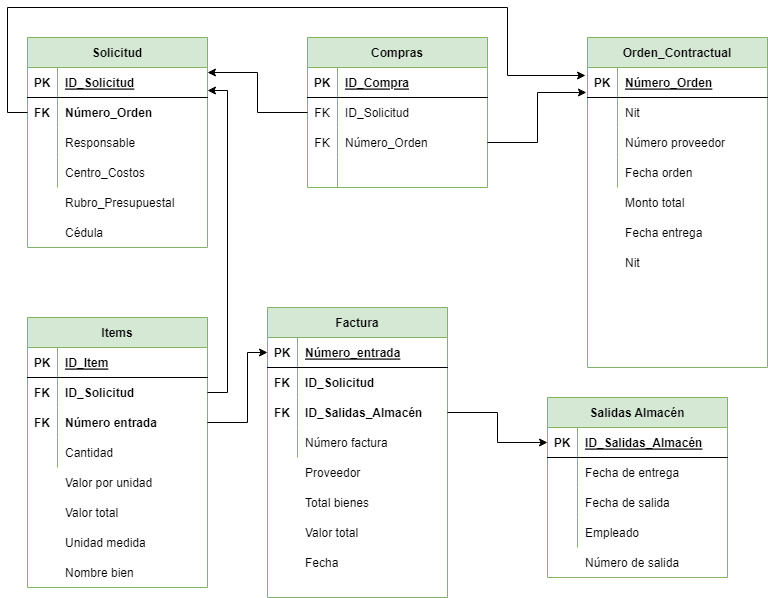
Above: TAREAS/Tarea11/IMG/MR13.drawio.png in samugd17/base-datos-bae- (draw.io), before the change. Source tidied: cells renumbered, new cells last; positions are measured from the earlier drawing's top-left corner, leaving out a move shared by most shapes.
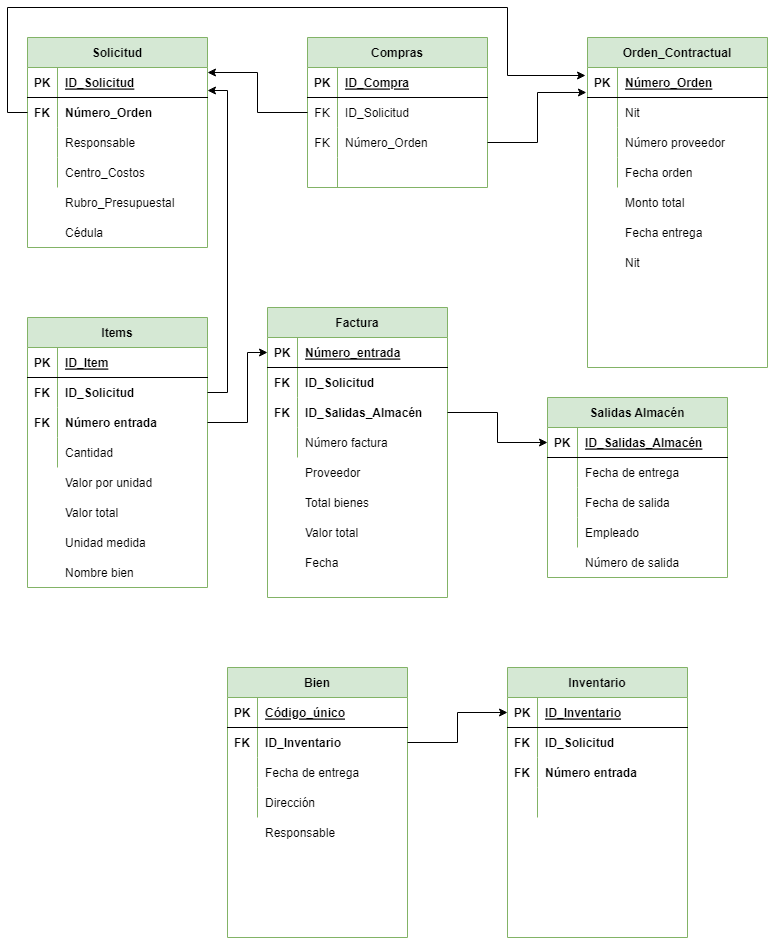
The same diagram one commit later.

What changed in the source:
```diff
@@ -353,5 +353,89 @@
     <mxCell id="114" value="Número de salida" style="shape=partialRectangle;fillColor=none;top=0;left=0;bottom=0;right=0;align=left;spacingLeft=6;overflow=hidden;" parent="1" vertex="1">
       <mxGeometry x="570" y="540" width="150" height="30" as="geometry" />
     </mxCell>
+    <mxCell id="115" value="Bien" style="shape=table;startSize=30;rowLines=0;fontStyle=1;align=center;fillColor=#d5e8d4;strokeColor=#82b366;" parent="1" vertex="1">
+      <mxGeometry x="220" y="660" width="180" height="270" as="geometry" />
+    </mxCell>
+    <mxCell id="116" style="shape=tableRow;horizontal=0;startSize=0;swimlaneHead=0;swimlaneBody=0;fillColor=none;top=0;left=0;right=0;bottom=1;" parent="115" vertex="1">
+      <mxGeometry y="30" width="180" height="30" as="geometry" />
+    </mxCell>
+    <mxCell id="117" value="PK" style="shape=partialRectangle;fillColor=none;top=0;left=0;bottom=0;right=0;fontStyle=1;overflow=hidden;" parent="116" vertex="1">
+      <mxGeometry width="30" height="30" as="geometry" />
+    </mxCell>
+    <mxCell id="118" value="Código_único" style="shape=partialRectangle;fillColor=none;top=0;left=0;bottom=0;right=0;align=left;spacingLeft=6;fontStyle=5;overflow=hidden;" parent="116" vertex="1">
+      <mxGeometry x="30" width="150" height="30" as="geometry" />
+    </mxCell>
+    <mxCell id="119" style="shape=tableRow;horizontal=0;startSize=0;swimlaneHead=0;swimlaneBody=0;fillColor=none;points=[[0,0.5],[1,0.5]];portConstraint=eastwest;top=0;left=0;right=0;bottom=0;" parent="115" vertex="1">
+      <mxGeometry y="60" width="180" height="30" as="geometry" />
+    </mxCell>
+    <mxCell id="120" value="FK" style="shape=partialRectangle;fillColor=none;top=0;left=0;bottom=0;right=0;overflow=hidden;fontStyle=1;" parent="119" vertex="1">
+      <mxGeometry width="30" height="30" as="geometry" />
+    </mxCell>
+    <mxCell id="121" value="ID_Inventario" style="shape=partialRectangle;fillColor=none;top=0;left=0;bottom=0;right=0;align=left;spacingLeft=6;overflow=hidden;fontStyle=1;" parent="119" vertex="1">
+      <mxGeometry x="30" width="150" height="30" as="geometry" />
+    </mxCell>
+    <mxCell id="122" style="shape=tableRow;horizontal=0;startSize=0;swimlaneHead=0;swimlaneBody=0;fillColor=none;top=0;left=0;right=0;bottom=0;" parent="115" vertex="1">
+      <mxGeometry y="90" width="180" height="30" as="geometry" />
+    </mxCell>
+    <mxCell id="123" style="shape=partialRectangle;fillColor=none;top=0;left=0;bottom=0;right=0;overflow=hidden;fontStyle=1;" parent="122" vertex="1">
+      <mxGeometry width="30" height="30" as="geometry" />
+    </mxCell>
+    <mxCell id="124" value="Fecha de entrega" style="shape=partialRectangle;fillColor=none;top=0;left=0;bottom=0;right=0;align=left;spacingLeft=6;overflow=hidden;fontStyle=0;" parent="122" vertex="1">
+      <mxGeometry x="30" width="150" height="30" as="geometry" />
+    </mxCell>
+    <mxCell id="125" style="shape=tableRow;horizontal=0;startSize=0;swimlaneHead=0;swimlaneBody=0;fillColor=none;top=0;left=0;right=0;bottom=0;" parent="115" vertex="1">
+      <mxGeometry y="120" width="180" height="30" as="geometry" />
+    </mxCell>
+    <mxCell id="126" style="shape=partialRectangle;fillColor=none;top=0;left=0;bottom=0;right=0;overflow=hidden;" parent="125" vertex="1">
+      <mxGeometry width="30" height="30" as="geometry" />
+    </mxCell>
+    <mxCell id="127" value="Dirección" style="shape=partialRectangle;fillColor=none;top=0;left=0;bottom=0;right=0;align=left;spacingLeft=6;overflow=hidden;" parent="125" vertex="1">
+      <mxGeometry x="30" width="150" height="30" as="geometry" />
+    </mxCell>
+    <mxCell id="128" value="Inventario" style="shape=table;startSize=30;rowLines=0;fontStyle=1;align=center;fillColor=#d5e8d4;strokeColor=#82b366;" parent="1" vertex="1">
+      <mxGeometry x="500" y="660" width="180" height="270" as="geometry" />
+    </mxCell>
+    <mxCell id="129" style="shape=tableRow;horizontal=0;startSize=0;swimlaneHead=0;swimlaneBody=0;fillColor=none;points=[[0,0.5],[1,0.5]];portConstraint=eastwest;top=0;left=0;right=0;bottom=1;" parent="128" vertex="1">
+      <mxGeometry y="30" width="180" height="30" as="geometry" />
+    </mxCell>
+    <mxCell id="130" value="PK" style="shape=partialRectangle;fillColor=none;top=0;left=0;bottom=0;right=0;fontStyle=1;overflow=hidden;" parent="129" vertex="1">
+      <mxGeometry width="30" height="30" as="geometry" />
+    </mxCell>
+    <mxCell id="131" value="ID_Inventario" style="shape=partialRectangle;fillColor=none;top=0;left=0;bottom=0;right=0;align=left;spacingLeft=6;fontStyle=5;overflow=hidden;" parent="129" vertex="1">
+      <mxGeometry x="30" width="150" height="30" as="geometry" />
+    </mxCell>
+    <mxCell id="132" style="shape=tableRow;horizontal=0;startSize=0;swimlaneHead=0;swimlaneBody=0;fillColor=none;top=0;left=0;right=0;bottom=0;" parent="128" vertex="1">
+      <mxGeometry y="60" width="180" height="30" as="geometry" />
+    </mxCell>
+    <mxCell id="133" value="FK" style="shape=partialRectangle;fillColor=none;top=0;left=0;bottom=0;right=0;overflow=hidden;fontStyle=1;" parent="132" vertex="1">
+      <mxGeometry width="30" height="30" as="geometry" />
+    </mxCell>
+    <mxCell id="134" value="ID_Solicitud" style="shape=partialRectangle;fillColor=none;top=0;left=0;bottom=0;right=0;align=left;spacingLeft=6;overflow=hidden;fontStyle=1;" parent="132" vertex="1">
+      <mxGeometry x="30" width="150" height="30" as="geometry" />
+    </mxCell>
+    <mxCell id="135" style="shape=tableRow;horizontal=0;startSize=0;swimlaneHead=0;swimlaneBody=0;fillColor=none;top=0;left=0;right=0;bottom=0;" parent="128" vertex="1">
+      <mxGeometry y="90" width="180" height="30" as="geometry" />
+    </mxCell>
+    <mxCell id="136" value="FK" style="shape=partialRectangle;fillColor=none;top=0;left=0;bottom=0;right=0;overflow=hidden;fontStyle=1;" parent="135" vertex="1">
+      <mxGeometry width="30" height="30" as="geometry" />
+    </mxCell>
+    <mxCell id="137" value="Número entrada" style="shape=partialRectangle;fillColor=none;top=0;left=0;bottom=0;right=0;align=left;spacingLeft=6;overflow=hidden;fontStyle=1;" parent="135" vertex="1">
+      <mxGeometry x="30" width="150" height="30" as="geometry" />
+    </mxCell>
+    <mxCell id="138" style="shape=tableRow;horizontal=0;startSize=0;swimlaneHead=0;swimlaneBody=0;fillColor=none;top=0;left=0;right=0;bottom=0;" parent="128" vertex="1">
+      <mxGeometry y="120" width="180" height="30" as="geometry" />
+    </mxCell>
+    <mxCell id="139" style="shape=partialRectangle;fillColor=none;top=0;left=0;bottom=0;right=0;overflow=hidden;" parent="138" vertex="1">
+      <mxGeometry width="30" height="30" as="geometry" />
+    </mxCell>
+    <mxCell id="140" style="shape=partialRectangle;fillColor=none;top=0;left=0;bottom=0;right=0;align=left;spacingLeft=6;overflow=hidden;" parent="138" vertex="1">
+      <mxGeometry x="30" width="150" height="30" as="geometry" />
+    </mxCell>
+    <mxCell id="141" value="Responsable" style="shape=partialRectangle;fillColor=none;top=0;left=0;bottom=0;right=0;align=left;spacingLeft=6;overflow=hidden;" parent="1" vertex="1">
+      <mxGeometry x="250" y="810" width="150" height="30" as="geometry" />
+    </mxCell>
+    <mxCell id="142" style="edgeStyle=orthogonalEdgeStyle;rounded=0;jettySize=auto;html=1;entryX=0;entryY=0.5;entryDx=0;entryDy=0;" parent="1" edge="1" source="119" target="129">
+      <mxGeometry relative="1" as="geometry" />
+    </mxCell>
   </root>
 </mxGraphModel>
```
